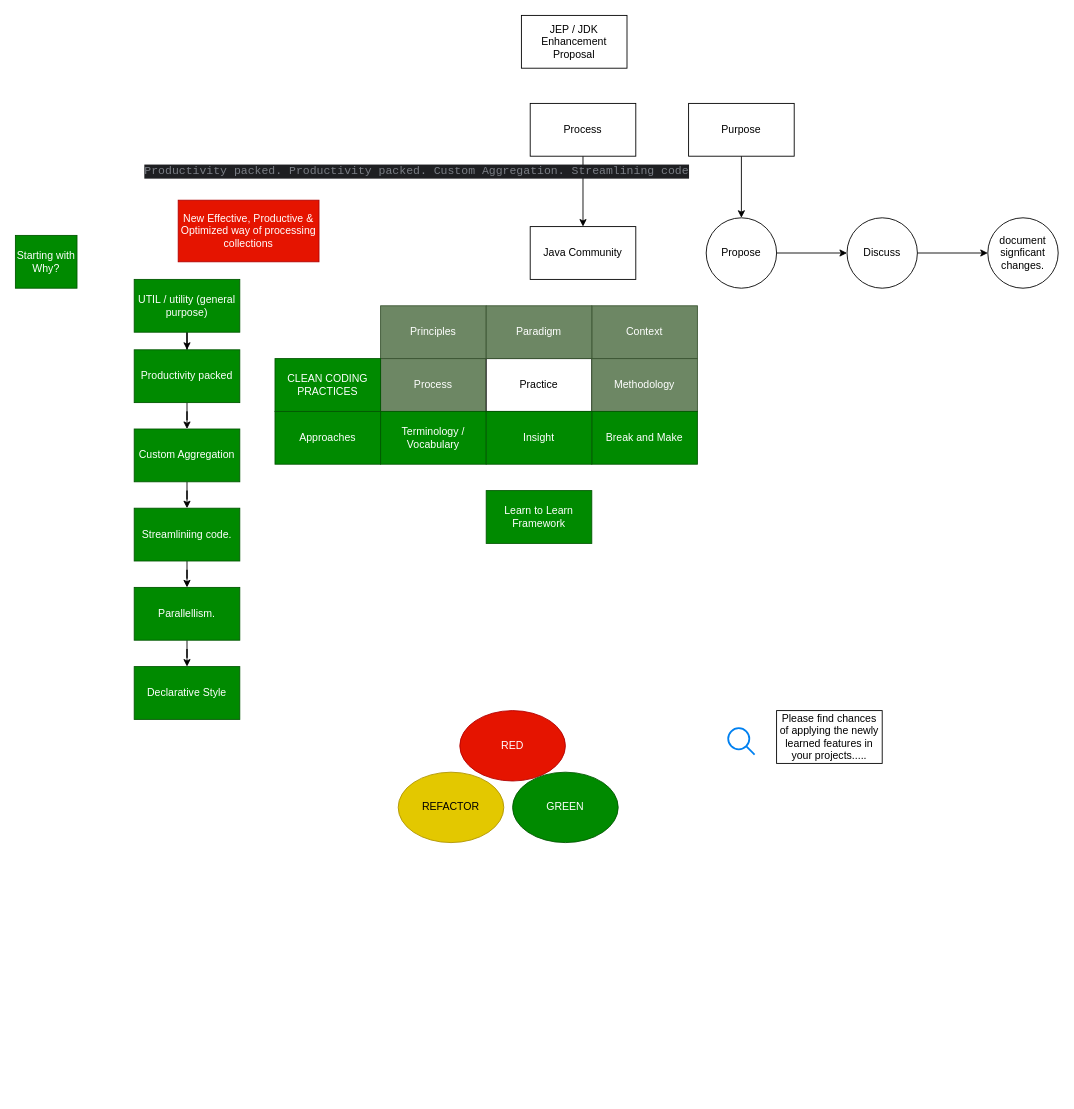
Earlier version of the draw.io diagram page "Terminology" (2 of 7) of Diagrams/New Features Java.drawio (THRGLO02MAY2025GIT-HUB/THRGLO02MAY2025GIT-REPO). Source tidied: cells renumbered, new cells numbered last; positions are measured from the earlier drawing's top-left corner, leaving out a move shared by most shapes. Both pictures are drawn from the tidied source at 88%, with x=0, y=0 at pixel (15, 15).
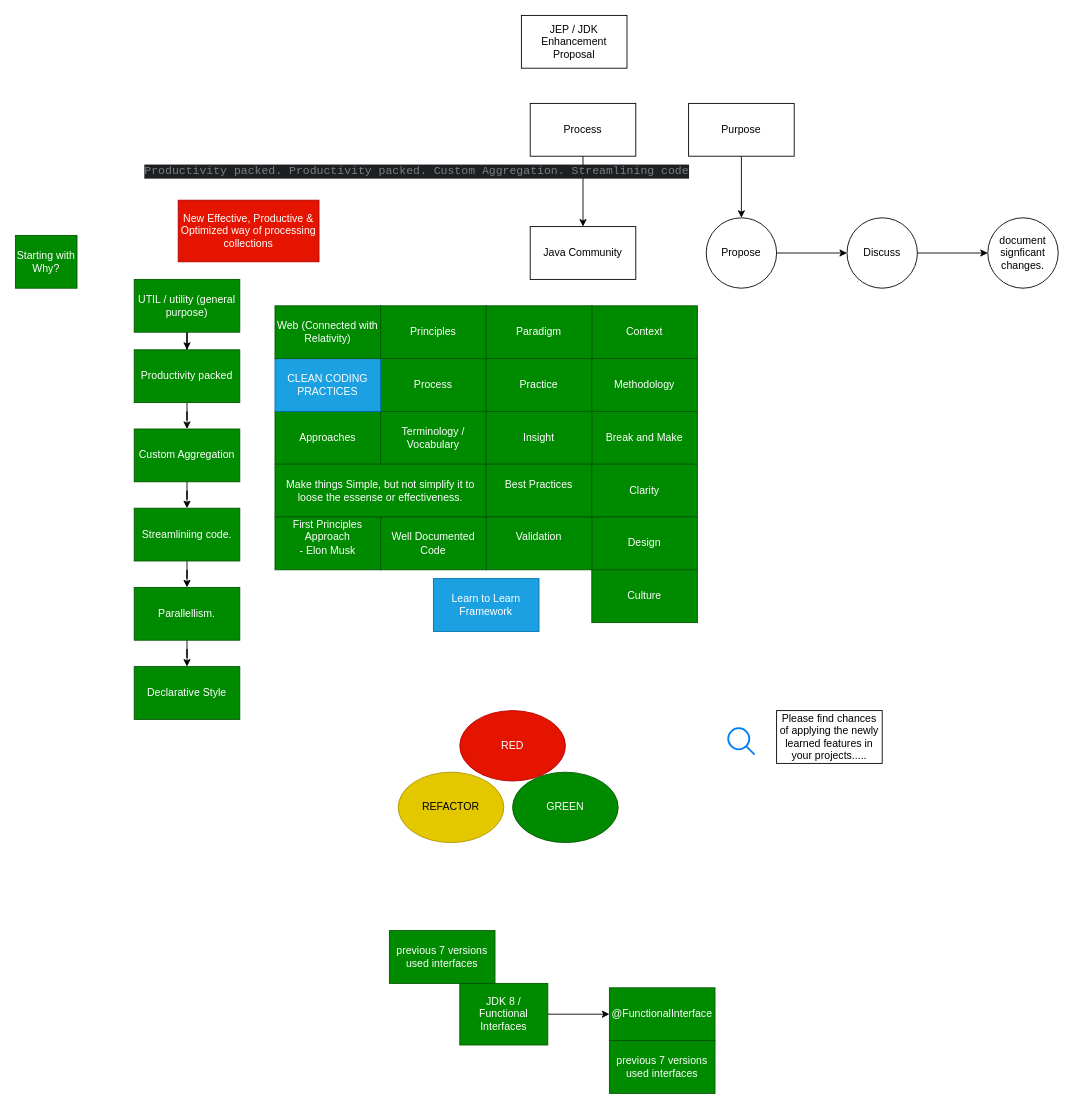
The same diagram, later.

The edit, as a diff of the source:
```diff
@@
-    <mxCell id="13" value="Process" style="rounded=0;whiteSpace=wrap;html=1;fillColor=#6d8764;fontColor=#ffffff;strokeColor=#3A5431;" parent="1" vertex="1">
+    <mxCell id="13" value="Process" style="rounded=0;whiteSpace=wrap;html=1;fillColor=#008a00;fontColor=#ffffff;strokeColor=#005700;" parent="1" vertex="1">
       <mxGeometry x="415" y="390" width="120" height="60" as="geometry" />
     </mxCell>
-    <mxCell id="14" value="Practice" style="rounded=0;whiteSpace=wrap;html=1;" parent="1" vertex="1">
+    <mxCell id="14" value="Practice" style="rounded=0;whiteSpace=wrap;html=1;fillColor=#008a00;fontColor=#ffffff;strokeColor=#005700;" parent="1" vertex="1">
       <mxGeometry x="535" y="390" width="120" height="60" as="geometry" />
     </mxCell>
-    <mxCell id="15" value="Methodology" style="rounded=0;whiteSpace=wrap;html=1;fillColor=#6d8764;fontColor=#ffffff;strokeColor=#3A5431;" parent="1" vertex="1">
+    <mxCell id="15" value="Methodology" style="rounded=0;whiteSpace=wrap;html=1;fillColor=#008a00;fontColor=#ffffff;strokeColor=#005700;" parent="1" vertex="1">
       <mxGeometry x="655" y="390" width="120" height="60" as="geometry" />
     </mxCell>
@@
-    <mxCell id="17" value="Context" style="rounded=0;whiteSpace=wrap;html=1;fillColor=#6d8764;fontColor=#ffffff;strokeColor=#3A5431;" parent="1" vertex="1">
+    <mxCell id="17" value="Context" style="rounded=0;whiteSpace=wrap;html=1;fillColor=#008a00;fontColor=#ffffff;strokeColor=#005700;" parent="1" vertex="1">
       <mxGeometry x="655" y="330" width="120" height="60" as="geometry" />
     </mxCell>
@@
-    <mxCell id="19" value="Principles" style="rounded=0;whiteSpace=wrap;html=1;fillColor=#6d8764;fontColor=#ffffff;strokeColor=#3A5431;" parent="1" vertex="1">
+    <mxCell id="19" value="Principles" style="rounded=0;whiteSpace=wrap;html=1;fillColor=#008a00;fontColor=#ffffff;strokeColor=#005700;" parent="1" vertex="1">
       <mxGeometry x="415" y="330" width="120" height="60" as="geometry" />
     </mxCell>
-    <mxCell id="20" value="Paradigm" style="rounded=0;whiteSpace=wrap;html=1;fillColor=#6d8764;fontColor=#ffffff;strokeColor=#3A5431;" parent="1" vertex="1">
+    <mxCell id="20" value="Paradigm" style="rounded=0;whiteSpace=wrap;html=1;fillColor=#008a00;fontColor=#ffffff;strokeColor=#005700;" parent="1" vertex="1">
       <mxGeometry x="535" y="330" width="120" height="60" as="geometry" />
     </mxCell>
@@
-    <mxCell id="22" value="Learn to Learn Framework" style="rounded=0;whiteSpace=wrap;html=1;fillColor=#008a00;fontColor=#ffffff;strokeColor=#005700;" parent="1" vertex="1">
-      <mxGeometry x="535" y="540" width="120" height="60" as="geometry" />
+    <mxCell id="22" value="Learn to Learn Framework" style="rounded=0;whiteSpace=wrap;html=1;fillColor=#1ba1e2;fontColor=#ffffff;strokeColor=#006EAF;" parent="1" vertex="1">
+      <mxGeometry x="475" y="640" width="120" height="60" as="geometry" />
     </mxCell>
@@
-    <mxCell id="43" value="CLEAN CODING PRACTICES" style="rounded=0;whiteSpace=wrap;html=1;fillColor=#008a00;fontColor=#ffffff;strokeColor=#005700;" parent="1" vertex="1">
+    <mxCell id="43" value="CLEAN CODING PRACTICES" style="rounded=0;whiteSpace=wrap;html=1;fillColor=#1ba1e2;fontColor=#ffffff;strokeColor=#006EAF;" parent="1" vertex="1">
       <mxGeometry x="295" y="390" width="120" height="60" as="geometry" />
     </mxCell>
+    <mxCell id="44" value="Web (Connected with Relativity)" style="rounded=0;whiteSpace=wrap;html=1;fillColor=#008a00;fontColor=#ffffff;strokeColor=#005700;" parent="1" vertex="1">
+      <mxGeometry x="295" y="330" width="120" height="60" as="geometry" />
+    </mxCell>
+    <mxCell id="45" value="Make things Simple, but not simplify it to loose the essense or effectiveness." style="rounded=0;whiteSpace=wrap;html=1;fillColor=#008a00;fontColor=#ffffff;strokeColor=#005700;" parent="1" vertex="1">
+      <mxGeometry x="295" y="510" width="240" height="60" as="geometry" />
+    </mxCell>
+    <mxCell id="46" value="Best Practices&lt;div&gt;&lt;br&gt;&lt;/div&gt;" style="rounded=0;whiteSpace=wrap;html=1;fillColor=#008a00;fontColor=#ffffff;strokeColor=#005700;" parent="1" vertex="1">
+      <mxGeometry x="535" y="510" width="120" height="60" as="geometry" />
+    </mxCell>
+    <mxCell id="47" value="Clarity" style="rounded=0;whiteSpace=wrap;html=1;fillColor=#008a00;fontColor=#ffffff;strokeColor=#005700;" parent="1" vertex="1">
+      <mxGeometry x="655" y="510" width="120" height="60" as="geometry" />
+    </mxCell>
+    <mxCell id="48" value="Design" style="rounded=0;whiteSpace=wrap;html=1;fillColor=#008a00;fontColor=#ffffff;strokeColor=#005700;" parent="1" vertex="1">
+      <mxGeometry x="655" y="570" width="120" height="60" as="geometry" />
+    </mxCell>
+    <mxCell id="49" value="Validation&lt;div&gt;&lt;br&gt;&lt;/div&gt;" style="rounded=0;whiteSpace=wrap;html=1;fillColor=#008a00;fontColor=#ffffff;strokeColor=#005700;" parent="1" vertex="1">
+      <mxGeometry x="535" y="570" width="120" height="60" as="geometry" />
+    </mxCell>
+    <mxCell id="50" value="Well Documented Code" style="rounded=0;whiteSpace=wrap;html=1;fillColor=#008a00;fontColor=#ffffff;strokeColor=#005700;" parent="1" vertex="1">
+      <mxGeometry x="415" y="570" width="120" height="60" as="geometry" />
+    </mxCell>
+    <mxCell id="51" value="First Principles Approach&lt;div&gt;- Elon Musk&lt;/div&gt;&lt;div&gt;&lt;br&gt;&lt;/div&gt;" style="rounded=0;whiteSpace=wrap;html=1;fillColor=#008a00;fontColor=#ffffff;strokeColor=#005700;" parent="1" vertex="1">
+      <mxGeometry x="295" y="570" width="120" height="60" as="geometry" />
+    </mxCell>
+    <mxCell id="52" style="edgeStyle=orthogonalEdgeStyle;rounded=0;jettySize=auto;html=1;" parent="1" edge="1" source="53" target="55">
+      <mxGeometry relative="1" as="geometry" />
+    </mxCell>
+    <mxCell id="53" value="JDK 8 / Functional Interfaces" style="rounded=0;whiteSpace=wrap;html=1;fillColor=#008a00;fontColor=#ffffff;strokeColor=#005700;direction=south;" parent="1" vertex="1">
+      <mxGeometry x="505" y="1100" width="100" height="70" as="geometry" />
+    </mxCell>
+    <mxCell id="54" value="previous 7 versions used interfaces" style="rounded=0;whiteSpace=wrap;html=1;fillColor=#008a00;fontColor=#ffffff;strokeColor=#005700;" parent="1" vertex="1">
+      <mxGeometry x="425" y="1040" width="120" height="60" as="geometry" />
+    </mxCell>
+    <mxCell id="55" value="@FunctionalInterface" style="whiteSpace=wrap;html=1;fillColor=#008a00;strokeColor=#005700;fontColor=#ffffff;rounded=0;" parent="1" vertex="1">
+      <mxGeometry x="675" y="1105" width="120" height="60" as="geometry" />
+    </mxCell>
+    <mxCell id="56" value="previous 7 versions used interfaces" style="rounded=0;whiteSpace=wrap;html=1;fillColor=#008a00;fontColor=#ffffff;strokeColor=#005700;" parent="1" vertex="1">
+      <mxGeometry x="675" y="1165" width="120" height="60" as="geometry" />
+    </mxCell>
+    <mxCell id="57" value="Culture" style="rounded=0;whiteSpace=wrap;html=1;fillColor=#008a00;fontColor=#ffffff;strokeColor=#005700;" parent="1" vertex="1">
+      <mxGeometry x="655" y="630" width="120" height="60" as="geometry" />
+    </mxCell>
```
